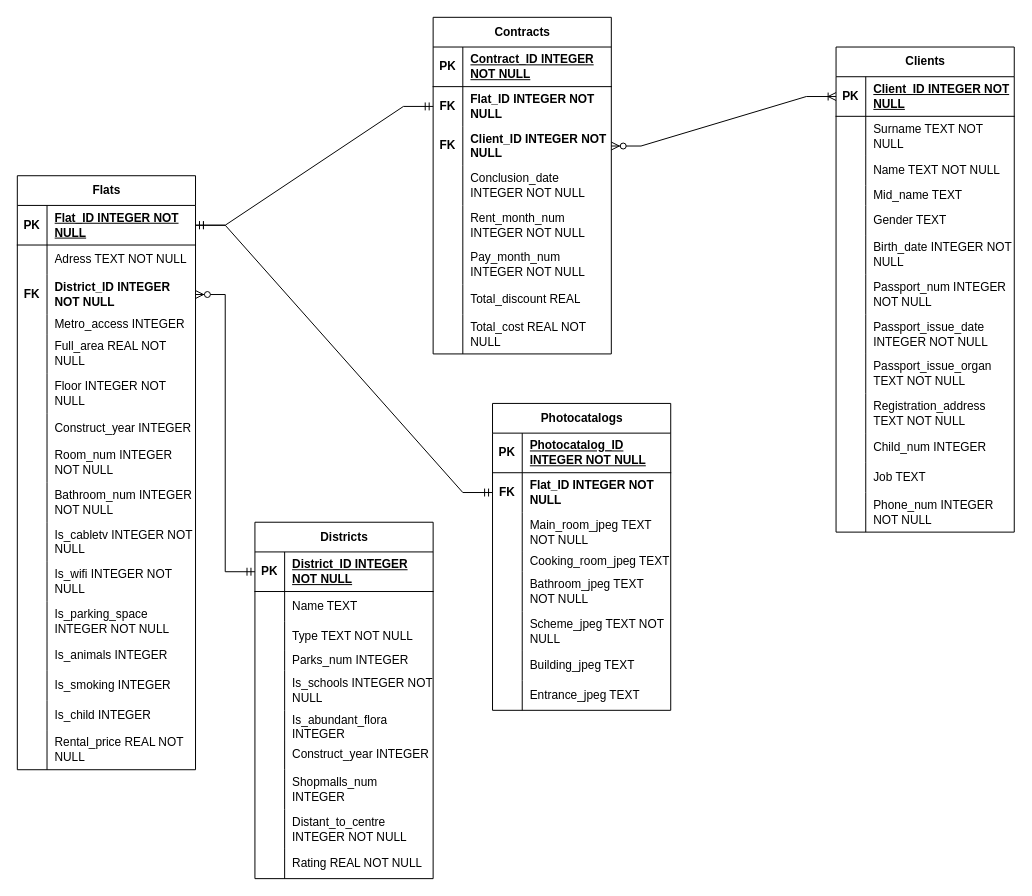
The draw.io diagram agency.drawio in ve1llon/DBMS, before the edit. Source tidied: cells renumbered, new cells numbered last; positions are measured from the earlier drawing's top-left corner, leaving out a move shared by most shapes. Both pictures are drawn from the tidied source at 99%, with x=0, y=0 at pixel (17, 17).
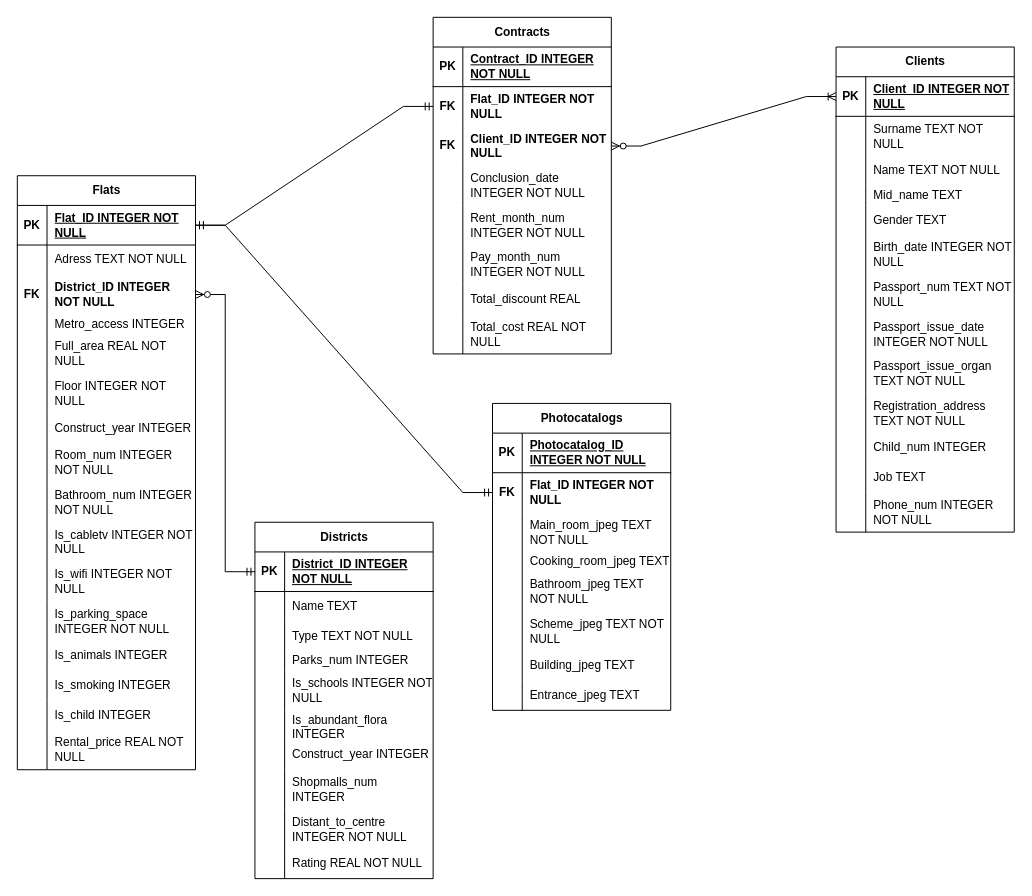
The same page after the edit.

Unchanged cells that the change refers to:
```xml
<mxCell id="70" style="shape=tableRow;horizontal=0;startSize=0;swimlaneHead=0;swimlaneBody=0;fillColor=none;top=0;left=0;right=0;bottom=0;" parent="51" vertex="1">
  <mxGeometry y="230" width="180" height="40" as="geometry" />
</mxCell>
```

Change to the diagram source:
```diff
@@
-    <mxCell id="72" value="Passport_num INTEGER NOT NULL" style="shape=partialRectangle;fillColor=none;top=0;left=0;bottom=0;right=0;align=left;spacingLeft=6;overflow=hidden;whiteSpace=wrap;html=1;" parent="70" vertex="1">
+    <mxCell id="72" value="Passport_num TEXT NOT NULL" style="shape=partialRectangle;fillColor=none;top=0;left=0;bottom=0;right=0;align=left;spacingLeft=6;overflow=hidden;whiteSpace=wrap;html=1;" parent="70" vertex="1">
       <mxGeometry x="30" width="150" height="40" as="geometry" />
     </mxCell>
```
